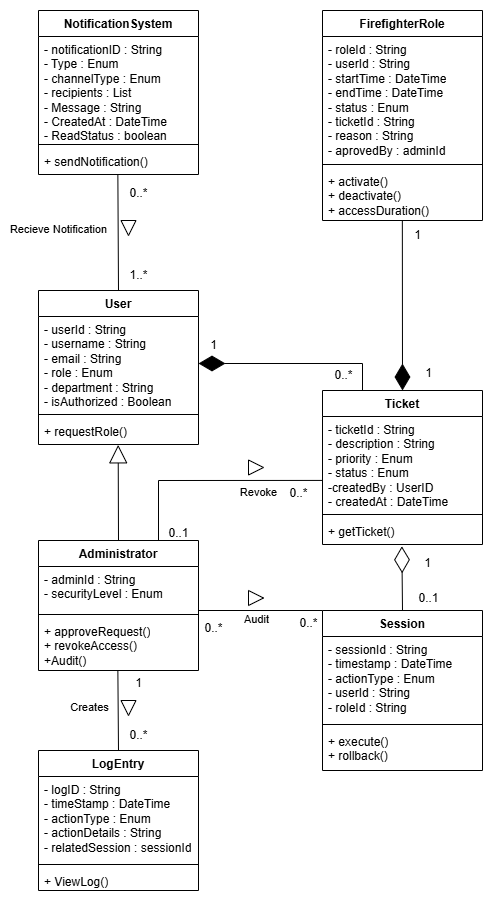
Above: Documentation/Domain Model.png in COS301-SE-2025/Fire-Fighter (draw.io), before the change. Source tidied: cells renumbered, new cells last; positions are measured from the earlier drawing's top-left corner, leaving out a move shared by most shapes.
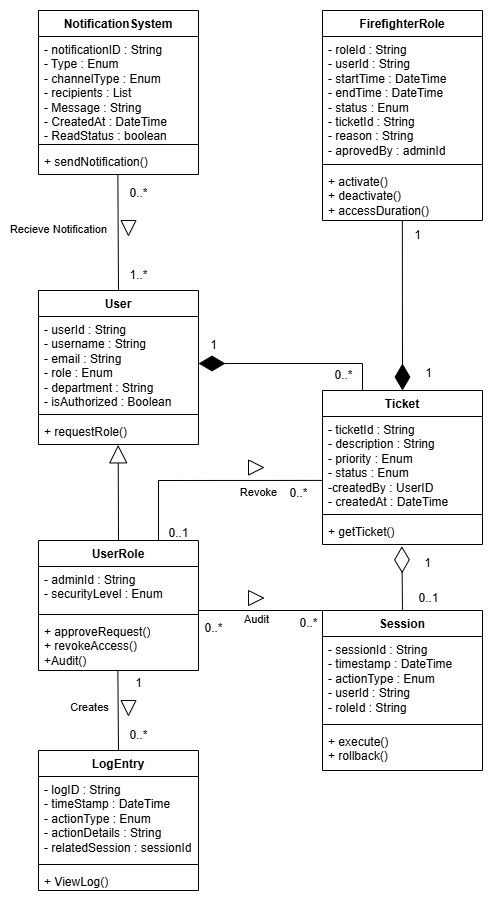
Above is the later version.

Commit message:
Changed Admin to UserRole

What changed in the source:
```diff
@@ -50,7 +50,7 @@
     <mxCell id="17" value="+ execute()&lt;div&gt;+ rollback()&lt;/div&gt;" style="text;strokeColor=none;fillColor=none;align=left;verticalAlign=top;spacingLeft=4;spacingRight=4;overflow=hidden;whiteSpace=wrap;html=1;" parent="14" vertex="1">
       <mxGeometry y="118" width="160" height="42" as="geometry" />
     </mxCell>
-    <mxCell id="18" value="Administrator" style="swimlane;fontStyle=1;align=center;verticalAlign=top;horizontal=1;startSize=26;whiteSpace=wrap;html=1;" parent="1" vertex="1">
+    <mxCell id="18" value="UserRole" style="swimlane;fontStyle=1;align=center;verticalAlign=top;horizontal=1;startSize=26;whiteSpace=wrap;html=1;" parent="1" vertex="1">
       <mxGeometry y="530" width="160" height="130" as="geometry" />
     </mxCell>
     <mxCell id="19" value="- adminId : String&lt;div&gt;- securityLevel : Enum&lt;/div&gt;" style="text;strokeColor=none;fillColor=none;align=left;verticalAlign=top;spacingLeft=4;spacingRight=4;overflow=hidden;whiteSpace=wrap;html=1;" parent="18" vertex="1">
```
